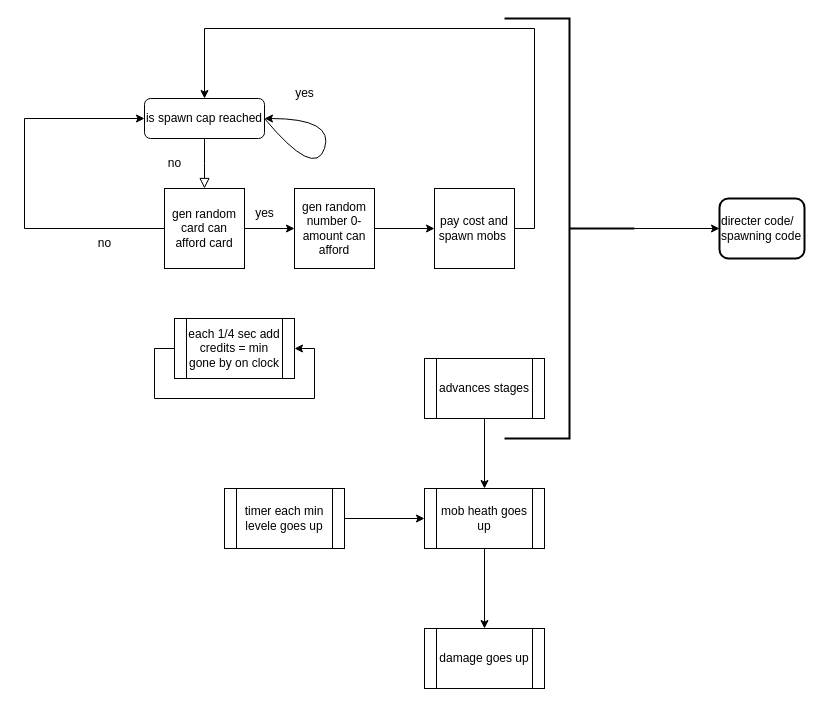
Cyclic007/game keeps this draw.io diagram as Untitled Diagram.drawio. Above is the earlier version. Source tidied: cells renumbered, new cells numbered last; positions are measured from the earlier drawing's top-left corner, leaving out a move shared by most shapes. Both pictures are drawn from the tidied source at 100%, with x=0, y=0 at pixel (24, 18).
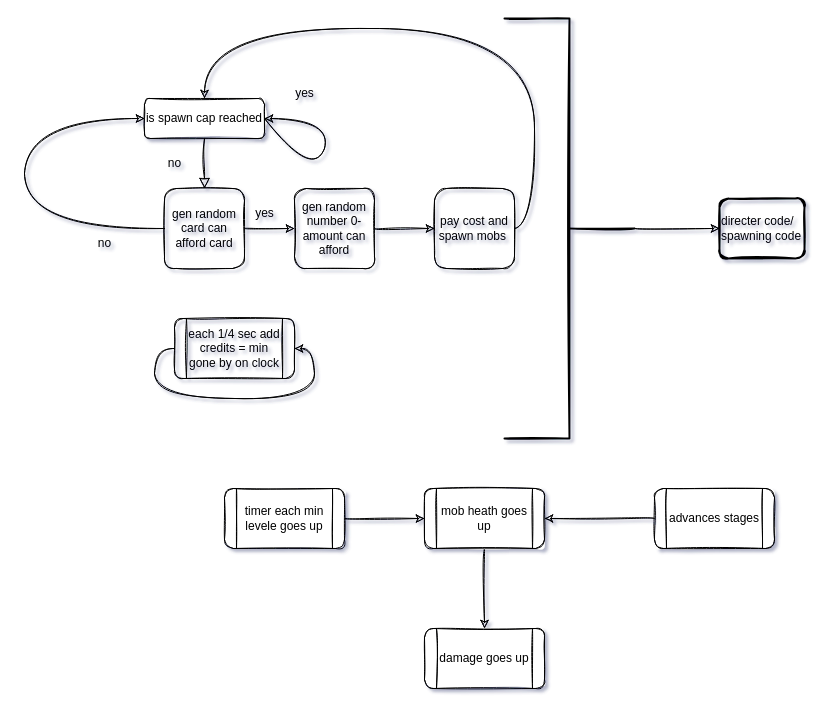
After the change.

Diff of the diagram source:
```diff
@@
-<mxGraphModel>
+<mxGraphModel shadow="1">
@@
-    <mxCell id="2" style="rounded=0;html=1;jettySize=auto;fontSize=11;endArrow=block;endFill=0;endSize=8;strokeWidth=1;shadow=0;labelBackgroundColor=none;edgeStyle=orthogonalEdgeStyle;" parent="1" edge="1" source="3">
+    <mxCell id="2" style="rounded=1;html=1;jettySize=auto;fontSize=11;endArrow=block;endFill=0;endSize=8;strokeWidth=1;shadow=0;labelBackgroundColor=none;edgeStyle=orthogonalEdgeStyle;sketch=1;curved=1;" parent="1" edge="1" source="3">
       <mxGeometry relative="1" as="geometry">
         <mxPoint x="180" y="170" as="targetPoint" />
       </mxGeometry>
     </mxCell>
-    <mxCell id="3" value="is spawn cap reached" style="rounded=1;whiteSpace=wrap;html=1;fontSize=12;glass=0;strokeWidth=1;shadow=0;" parent="1" vertex="1">
+    <mxCell id="3" value="is spawn cap reached" style="rounded=1;whiteSpace=wrap;html=1;fontSize=12;glass=0;strokeWidth=1;shadow=0;sketch=1;" parent="1" vertex="1">
       <mxGeometry x="120" y="80" width="120" height="40" as="geometry" />
     </mxCell>
-    <mxCell id="4" value="yes" style="text;html=1;align=center;verticalAlign=middle;strokeColor=none;fillColor=none;" parent="1" vertex="1">
+    <mxCell id="4" value="yes" style="text;html=1;align=center;verticalAlign=middle;strokeColor=none;fillColor=none;sketch=1;rounded=1;" parent="1" vertex="1">
       <mxGeometry x="260" y="60" width="40" height="30" as="geometry" />
     </mxCell>
-    <mxCell id="5" value="no" style="text;html=1;align=center;verticalAlign=middle;strokeColor=none;fillColor=none;" parent="1" vertex="1">
+    <mxCell id="5" value="no" style="text;html=1;align=center;verticalAlign=middle;strokeColor=none;fillColor=none;sketch=1;rounded=1;" parent="1" vertex="1">
       <mxGeometry x="130" y="130" width="40" height="30" as="geometry" />
     </mxCell>
-    <mxCell id="6" style="edgeStyle=orthogonalEdgeStyle;rounded=0;jettySize=auto;html=1;exitX=1;exitY=0.5;exitDx=0;exitDy=0;" parent="1" edge="1" source="7" target="11">
+    <mxCell id="6" style="edgeStyle=orthogonalEdgeStyle;rounded=1;jettySize=auto;html=1;exitX=1;exitY=0.5;exitDx=0;exitDy=0;sketch=1;curved=1;" parent="1" edge="1" source="7" target="11">
       <mxGeometry relative="1" as="geometry" />
     </mxCell>
-    <mxCell id="7" value="gen random card can afford card" style="whiteSpace=wrap;html=1;fillColor=none;" parent="1" vertex="1">
+    <mxCell id="7" value="gen random card can afford card" style="whiteSpace=wrap;html=1;fillColor=none;sketch=1;rounded=1;" parent="1" vertex="1">
       <mxGeometry x="140" y="170" width="80" height="80" as="geometry" />
     </mxCell>
-    <mxCell id="8" value="no" style="text;html=1;align=center;verticalAlign=middle;strokeColor=none;fillColor=none;" parent="1" vertex="1">
+    <mxCell id="8" value="no" style="text;html=1;align=center;verticalAlign=middle;strokeColor=none;fillColor=none;sketch=1;rounded=1;" parent="1" vertex="1">
       <mxGeometry x="60" y="210" width="40" height="30" as="geometry" />
     </mxCell>
-    <mxCell id="9" style="endArrow=classic;html=1;rounded=0;entryX=0;entryY=0.5;entryDx=0;entryDy=0;exitX=0;exitY=0.5;exitDx=0;exitDy=0;" parent="1" edge="1" source="7" target="3">
+    <mxCell id="9" style="endArrow=classic;html=1;rounded=1;entryX=0;entryY=0.5;entryDx=0;entryDy=0;exitX=0;exitY=0.5;exitDx=0;exitDy=0;sketch=1;curved=1;" parent="1" edge="1" source="7" target="3">
       <mxGeometry relative="1" as="geometry">
         <Array as="points">
           <mxPoint y="210" />
           <mxPoint y="100" />
         </Array>
       </mxGeometry>
     </mxCell>
-    <mxCell id="10" style="edgeStyle=orthogonalEdgeStyle;rounded=0;jettySize=auto;html=1;exitX=1;exitY=0.5;exitDx=0;exitDy=0;entryX=0;entryY=0.5;entryDx=0;entryDy=0;" parent="1" edge="1" source="11" target="14">
+    <mxCell id="10" style="edgeStyle=orthogonalEdgeStyle;rounded=1;jettySize=auto;html=1;exitX=1;exitY=0.5;exitDx=0;exitDy=0;entryX=0;entryY=0.5;entryDx=0;entryDy=0;sketch=1;curved=1;" parent="1" edge="1" source="11" target="14">
       <mxGeometry relative="1" as="geometry" />
     </mxCell>
-    <mxCell id="11" value="gen random number 0- amount can afford" style="whiteSpace=wrap;html=1;fillColor=none;" parent="1" vertex="1">
+    <mxCell id="11" value="gen random number 0- amount can afford" style="whiteSpace=wrap;html=1;fillColor=none;sketch=1;rounded=1;" parent="1" vertex="1">
       <mxGeometry x="270" y="170" width="80" height="80" as="geometry" />
     </mxCell>
-    <mxCell id="12" value="yes" style="text;html=1;align=center;verticalAlign=middle;strokeColor=none;fillColor=none;" parent="1" vertex="1">
+    <mxCell id="12" value="yes" style="text;html=1;align=center;verticalAlign=middle;strokeColor=none;fillColor=none;sketch=1;rounded=1;" parent="1" vertex="1">
       <mxGeometry x="220" y="180" width="40" height="30" as="geometry" />
     </mxCell>
-    <mxCell id="13" style="edgeStyle=orthogonalEdgeStyle;rounded=0;jettySize=auto;html=1;exitX=1;exitY=0.5;exitDx=0;exitDy=0;entryX=0.5;entryY=0;entryDx=0;entryDy=0;" parent="1" edge="1" source="14" target="3">
+    <mxCell id="13" style="edgeStyle=orthogonalEdgeStyle;rounded=1;jettySize=auto;html=1;exitX=1;exitY=0.5;exitDx=0;exitDy=0;entryX=0.5;entryY=0;entryDx=0;entryDy=0;sketch=1;curved=1;" parent="1" edge="1" source="14" target="3">
       <mxGeometry relative="1" as="geometry">
         <Array as="points">
           <mxPoint x="510" y="210" />
           <mxPoint x="510" y="10" />
           <mxPoint x="180" y="10" />
         </Array>
       </mxGeometry>
     </mxCell>
-    <mxCell id="14" value="pay cost and spawn mobs&amp;nbsp;" style="whiteSpace=wrap;html=1;fillColor=none;" parent="1" vertex="1">
+    <mxCell id="14" value="pay cost and spawn mobs&amp;nbsp;" style="whiteSpace=wrap;html=1;fillColor=none;sketch=1;rounded=1;" parent="1" vertex="1">
       <mxGeometry x="410" y="170" width="80" height="80" as="geometry" />
     </mxCell>
-    <mxCell id="15" value="each 1/4 sec add credits = min gone by on clock" style="shape=process;whiteSpace=wrap;html=1;backgroundOutline=1;fillColor=none;" parent="1" vertex="1">
+    <mxCell id="15" value="each 1/4 sec add credits = min gone by on clock" style="shape=process;whiteSpace=wrap;html=1;backgroundOutline=1;fillColor=none;sketch=1;rounded=1;" parent="1" vertex="1">
       <mxGeometry x="150" y="300" width="120" height="60" as="geometry" />
     </mxCell>
-    <mxCell id="16" style="edgeStyle=orthogonalEdgeStyle;rounded=0;orthogonalLoop=1;jettySize=auto;html=1;exitX=0;exitY=0.5;exitDx=0;exitDy=0;entryX=1;entryY=0.5;entryDx=0;entryDy=0;" parent="1" edge="1" source="15" target="15">
+    <mxCell id="16" style="edgeStyle=orthogonalEdgeStyle;rounded=1;orthogonalLoop=1;jettySize=auto;html=1;exitX=0;exitY=0.5;exitDx=0;exitDy=0;entryX=1;entryY=0.5;entryDx=0;entryDy=0;sketch=1;curved=1;" parent="1" edge="1" source="15" target="15">
       <mxGeometry relative="1" as="geometry" />
     </mxCell>
-    <mxCell id="17" style="edgeStyle=orthogonalEdgeStyle;rounded=0;jettySize=auto;html=1;" parent="1" edge="1" source="18" target="19">
+    <mxCell id="17" style="edgeStyle=orthogonalEdgeStyle;rounded=1;jettySize=auto;html=1;sketch=1;curved=1;" parent="1" edge="1" source="18" target="19">
       <mxGeometry relative="1" as="geometry" />
     </mxCell>
-    <mxCell id="18" style="strokeWidth=2;html=1;shape=mxgraph.flowchart.annotation_2;align=left;labelPosition=right;fillColor=none;direction=west;" parent="1" vertex="1">
+    <mxCell id="18" style="strokeWidth=2;html=1;shape=mxgraph.flowchart.annotation_2;align=left;labelPosition=right;fillColor=none;direction=west;sketch=1;rounded=1;" parent="1" vertex="1">
       <mxGeometry x="480" width="130" height="420" as="geometry" />
     </mxCell>
-    <mxCell id="19" value="directer code/ spawning code" style="rounded=1;whiteSpace=wrap;html=1;align=left;fillColor=none;strokeWidth=2;" parent="1" vertex="1">
+    <mxCell id="19" value="directer code/ spawning code" style="rounded=1;whiteSpace=wrap;html=1;align=left;fillColor=none;strokeWidth=2;sketch=1;" parent="1" vertex="1">
       <mxGeometry x="695" y="180" width="85" height="60" as="geometry" />
     </mxCell>
-    <mxCell id="20" style="edgeStyle=orthogonalEdgeStyle;rounded=0;jettySize=auto;html=1;" parent="1" edge="1" source="21" target="23">
+    <mxCell id="20" style="edgeStyle=orthogonalEdgeStyle;rounded=1;jettySize=auto;html=1;sketch=1;curved=1;" parent="1" edge="1" source="21" target="23">
       <mxGeometry relative="1" as="geometry" />
     </mxCell>
-    <mxCell id="21" value="timer each min levele goes up" style="shape=process;whiteSpace=wrap;html=1;backgroundOutline=1;" parent="1" vertex="1">
+    <mxCell id="21" value="timer each min levele goes up" style="shape=process;whiteSpace=wrap;html=1;backgroundOutline=1;sketch=1;rounded=1;" parent="1" vertex="1">
       <mxGeometry x="200" y="470" width="120" height="60" as="geometry" />
     </mxCell>
-    <mxCell id="22" style="edgeStyle=orthogonalEdgeStyle;rounded=0;jettySize=auto;html=1;" parent="1" edge="1" source="23" target="24">
+    <mxCell id="22" style="edgeStyle=orthogonalEdgeStyle;rounded=1;jettySize=auto;html=1;sketch=1;curved=1;" parent="1" edge="1" source="23" target="24">
       <mxGeometry relative="1" as="geometry" />
     </mxCell>
-    <mxCell id="23" value="mob heath goes up" style="shape=process;whiteSpace=wrap;html=1;backgroundOutline=1;" parent="1" vertex="1">
+    <mxCell id="23" value="mob heath goes up" style="shape=process;whiteSpace=wrap;html=1;backgroundOutline=1;sketch=1;rounded=1;" parent="1" vertex="1">
       <mxGeometry x="400" y="470" width="120" height="60" as="geometry" />
     </mxCell>
-    <mxCell id="24" value="damage goes up" style="shape=process;whiteSpace=wrap;html=1;backgroundOutline=1;" parent="1" vertex="1">
+    <mxCell id="24" value="damage goes up" style="shape=process;whiteSpace=wrap;html=1;backgroundOutline=1;sketch=1;rounded=1;" parent="1" vertex="1">
       <mxGeometry x="400" y="610" width="120" height="60" as="geometry" />
     </mxCell>
-    <mxCell id="25" style="edgeStyle=orthogonalEdgeStyle;rounded=0;jettySize=auto;html=1;exitX=0.5;exitY=1;exitDx=0;exitDy=0;entryX=0.5;entryY=0;entryDx=0;entryDy=0;" parent="1" edge="1" source="26" target="23">
-      <mxGeometry relative="1" as="geometry" />
+    <mxCell id="25" style="edgeStyle=orthogonalEdgeStyle;rounded=1;jettySize=auto;html=1;exitX=0;exitY=0.5;exitDx=0;exitDy=0;entryX=1;entryY=0.5;entryDx=0;entryDy=0;sketch=1;curved=1;" parent="1" edge="1" source="26" target="23">
+      <mxGeometry relative="1" as="geometry">
+        <Array as="points">
+          <mxPoint x="630" y="500" />
+        </Array>
+      </mxGeometry>
     </mxCell>
-    <mxCell id="26" value="advances stages" style="shape=process;whiteSpace=wrap;html=1;backgroundOutline=1;" parent="1" vertex="1">
-      <mxGeometry x="400" y="340" width="120" height="60" as="geometry" />
+    <mxCell id="26" value="advances stages" style="shape=process;whiteSpace=wrap;html=1;backgroundOutline=1;sketch=1;rounded=1;" parent="1" vertex="1">
+      <mxGeometry x="630" y="470" width="120" height="60" as="geometry" />
     </mxCell>
-    <mxCell id="27" style="curved=1;endArrow=classic;html=1;rounded=0;exitX=1;exitY=0.5;exitDx=0;exitDy=0;entryX=1;entryY=0.5;entryDx=0;entryDy=0;" parent="1" edge="1" source="3" target="3">
+    <mxCell id="27" style="curved=1;endArrow=classic;html=1;rounded=1;exitX=1;exitY=0.5;exitDx=0;exitDy=0;entryX=1;entryY=0.5;entryDx=0;entryDy=0;sketch=1;" parent="1" edge="1" source="3" target="3">
       <mxGeometry relative="1" as="geometry">
         <Array as="points">
           <mxPoint x="290" y="160" />
           <mxPoint x="310" y="100" />
         </Array>
       </mxGeometry>
     </mxCell>
```
